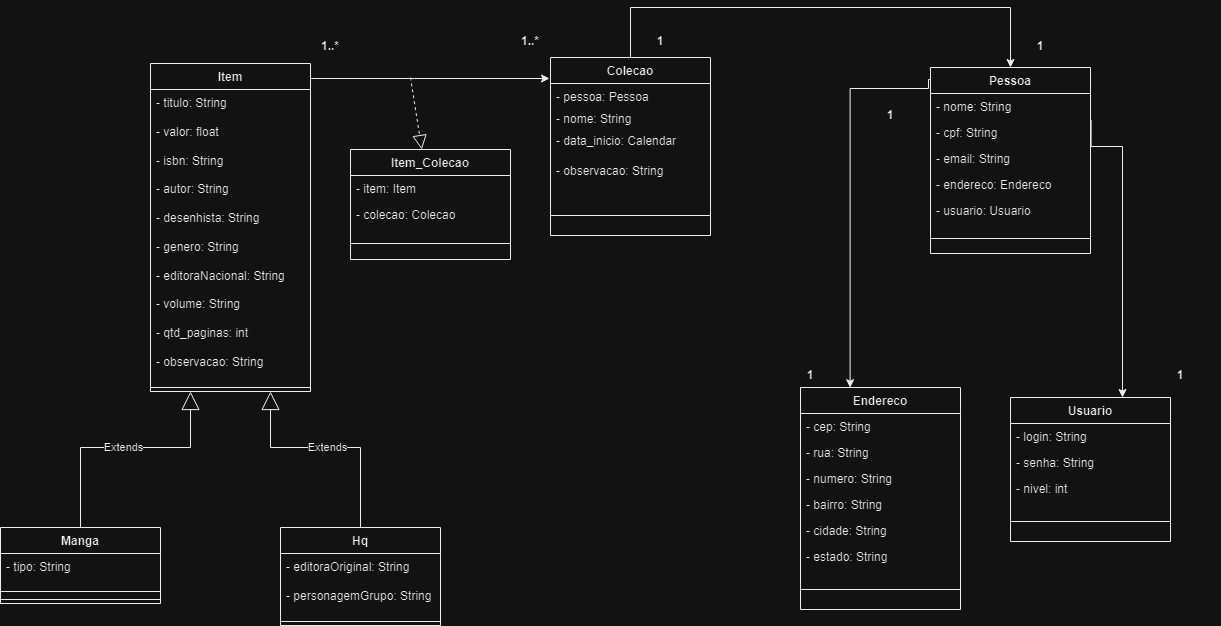
Earlier version of the draw.io export Docs/Diagrama de classe.png (DougFO/CatalogandoColecoes). Source tidied: cells renumbered, new cells last; positions are measured from the earlier drawing's top-left corner, leaving out a move shared by most shapes.
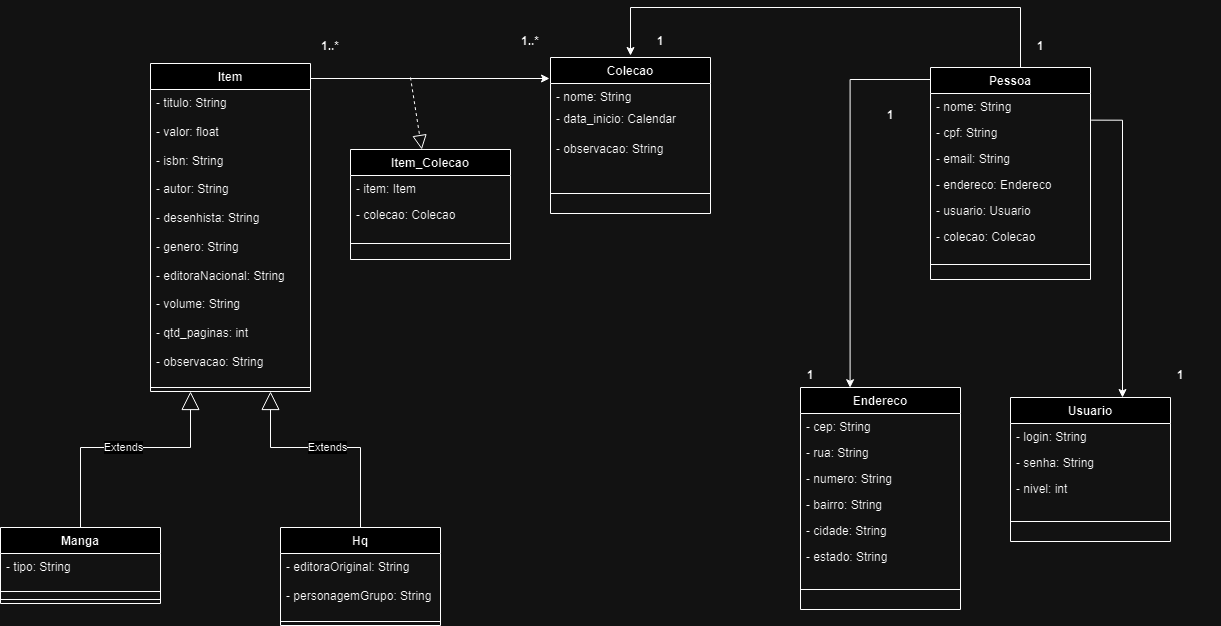
Above is the later version.

Commit message:
Corrigindo erro no diagrama de classe

Change to the diagram source:
```diff
@@ -13,7 +13,7 @@
       </mxGeometry>
     </mxCell>
     <mxCell id="3" value="Pessoa" style="swimlane;fontStyle=1;align=center;verticalAlign=top;horizontal=1;startSize=26;" parent="1" vertex="1">
-      <mxGeometry x="930" y="60" width="160" height="186" as="geometry" />
+      <mxGeometry x="930" y="60" width="160" height="212" as="geometry" />
     </mxCell>
     <mxCell id="4" value="- nome: String" style="text;strokeColor=none;fillColor=none;align=left;verticalAlign=top;spacingLeft=4;spacingRight=4;overflow=hidden;" parent="3" vertex="1">
       <mxGeometry y="26" width="160" height="26" as="geometry" />
@@ -30,8 +30,11 @@
     <mxCell id="8" value="- usuario: Usuario" style="text;strokeColor=none;fillColor=none;align=left;verticalAlign=top;spacingLeft=4;spacingRight=4;overflow=hidden;" parent="3" vertex="1">
       <mxGeometry y="130" width="160" height="26" as="geometry" />
     </mxCell>
+    <mxCell id="57" value="- colecao: Colecao" style="text;strokeColor=none;fillColor=none;align=left;verticalAlign=top;spacingLeft=4;spacingRight=4;overflow=hidden;" parent="3" vertex="1">
+      <mxGeometry y="156" width="160" height="26" as="geometry" />
+    </mxCell>
     <mxCell id="9" style="line;strokeWidth=1;fillColor=none;align=left;verticalAlign=middle;spacingTop=-1;spacingLeft=3;spacingRight=3;labelPosition=right;" parent="3" vertex="1">
-      <mxGeometry y="156" width="160" height="30" as="geometry" />
+      <mxGeometry y="182" width="160" height="30" as="geometry" />
     </mxCell>
     <mxCell id="10" value="Usuario" style="swimlane;fontStyle=1;align=center;verticalAlign=top;horizontal=1;startSize=26;" parent="1" vertex="1">
       <mxGeometry x="1010" y="390" width="160" height="144" as="geometry" />
@@ -76,8 +79,7 @@
       <mxGeometry relative="1" as="geometry">
         <mxPoint x="930" y="72" as="sourcePoint" />
         <Array as="points">
-          <mxPoint x="928" y="81" />
-          <mxPoint x="850" y="81" />
+          <mxPoint x="850" y="72" />
         </Array>
       </mxGeometry>
     </mxCell>
@@ -87,35 +89,32 @@
     <mxCell id="25" style="edgeStyle=orthogonalEdgeStyle;rounded=0;jettySize=auto;html=1;entryX=0.7;entryY=0;entryDx=0;entryDy=0;entryPerimeter=0;exitX=1.004;exitY=0.025;exitDx=0;exitDy=0;exitPerimeter=0;" parent="1" edge="1" source="5" target="10">
       <mxGeometry relative="1" as="geometry">
         <Array as="points">
-          <mxPoint x="1122" y="139" />
+          <mxPoint x="1122" y="113" />
         </Array>
       </mxGeometry>
     </mxCell>
-    <mxCell id="26" style="edgeStyle=orthogonalEdgeStyle;rounded=0;jettySize=auto;html=1;entryX=0.5;entryY=0;entryDx=0;entryDy=0;" parent="1" edge="1" source="27" target="3">
+    <mxCell id="26" style="edgeStyle=orthogonalEdgeStyle;rounded=0;jettySize=auto;html=1;entryX=0.125;entryY=1.077;entryDx=0;entryDy=0;entryPerimeter=0;" parent="1" edge="1" source="3" target="44">
       <mxGeometry relative="1" as="geometry">
         <Array as="points">
+          <mxPoint x="1020" />
           <mxPoint x="630" />
-          <mxPoint x="1010" />
         </Array>
       </mxGeometry>
     </mxCell>
     <mxCell id="27" value="Colecao" style="swimlane;fontStyle=1;align=center;verticalAlign=top;horizontal=1;startSize=26;" parent="1" vertex="1">
-      <mxGeometry x="550" y="50" width="160" height="178" as="geometry" />
+      <mxGeometry x="550" y="50" width="160" height="156" as="geometry" />
     </mxCell>
-    <mxCell id="28" value="- pessoa: Pessoa" style="text;strokeColor=none;fillColor=none;align=left;verticalAlign=top;spacingLeft=4;spacingRight=4;overflow=hidden;" parent="27" vertex="1">
-      <mxGeometry y="26" width="160" height="22" as="geometry" />
-    </mxCell>
     <mxCell id="29" value="- nome: String" style="text;align=left;verticalAlign=top;spacingLeft=4;spacingRight=4;overflow=hidden;" parent="27" vertex="1">
-      <mxGeometry y="48" width="160" height="22" as="geometry" />
+      <mxGeometry y="26" width="160" height="22" as="geometry" />
     </mxCell>
     <mxCell id="30" value="- data_inicio: Calendar" style="text;strokeColor=none;fillColor=none;align=left;verticalAlign=top;spacingLeft=4;spacingRight=4;overflow=hidden;" parent="27" vertex="1">
-      <mxGeometry y="70" width="160" height="30" as="geometry" />
+      <mxGeometry y="48" width="160" height="30" as="geometry" />
     </mxCell>
     <mxCell id="31" value="- observacao: String&#10;&#10;" style="text;strokeColor=none;fillColor=none;align=left;verticalAlign=top;spacingLeft=4;spacingRight=4;overflow=hidden;" parent="27" vertex="1">
-      <mxGeometry y="100" width="160" height="38" as="geometry" />
+      <mxGeometry y="78" width="160" height="38" as="geometry" />
     </mxCell>
     <mxCell id="32" style="line;strokeWidth=1;align=left;verticalAlign=middle;spacingTop=-1;spacingLeft=3;spacingRight=3;labelPosition=right;fillColor=default;" parent="27" vertex="1">
-      <mxGeometry y="138" width="160" height="40" as="geometry" />
+      <mxGeometry y="116" width="160" height="40" as="geometry" />
     </mxCell>
     <mxCell id="33" style="endArrow=block;dashed=1;endFill=0;endSize=12;html=1;" parent="1" edge="1" target="34">
       <mxGeometry relative="1" as="geometry">
```
